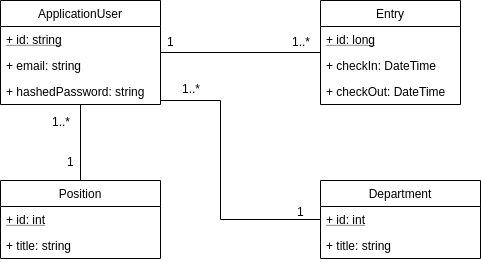
Before: documentation/images/Fachklassendiagramm.png, a diagram exported from draw.io (DamienFlury/punchclock). Source tidied: cells renumbered, new cells last; positions are measured from the earlier drawing's top-left corner, leaving out a move shared by most shapes.
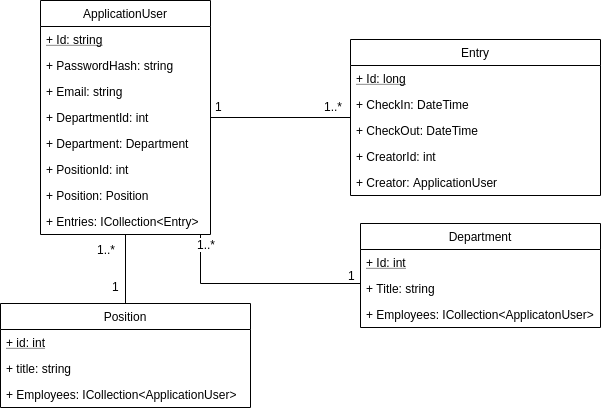
Later version of the same file.

The edit, as a diff of the source:
```diff
@@ -3,16 +3,22 @@
     <mxCell id="0" />
     <mxCell id="1" parent="0" />
     <mxCell id="2" value="Entry" style="swimlane;fontStyle=0;horizontal=1;startSize=26;fillColor=none;" parent="1" vertex="1">
-      <mxGeometry x="320" width="140" height="104" as="geometry" />
+      <mxGeometry x="310" y="-44" width="250" height="156" as="geometry" />
     </mxCell>
-    <mxCell id="3" value="+ id: long" style="text;strokeColor=none;fillColor=none;align=left;verticalAlign=top;spacingLeft=4;spacingRight=4;overflow=hidden;fontStyle=4;" parent="2" vertex="1">
-      <mxGeometry y="26" width="140" height="26" as="geometry" />
+    <mxCell id="3" value="+ Id: long" style="text;strokeColor=none;fillColor=none;align=left;verticalAlign=top;spacingLeft=4;spacingRight=4;overflow=hidden;fontStyle=4;" parent="2" vertex="1">
+      <mxGeometry y="26" width="250" height="26" as="geometry" />
     </mxCell>
-    <mxCell id="4" value="+ checkIn: DateTime" style="text;strokeColor=none;fillColor=none;align=left;verticalAlign=top;spacingLeft=4;spacingRight=4;overflow=hidden;" parent="2" vertex="1">
-      <mxGeometry y="52" width="140" height="26" as="geometry" />
+    <mxCell id="4" value="+ CheckIn: DateTime" style="text;strokeColor=none;fillColor=none;align=left;verticalAlign=top;spacingLeft=4;spacingRight=4;overflow=hidden;" parent="2" vertex="1">
+      <mxGeometry y="52" width="250" height="26" as="geometry" />
     </mxCell>
+    <mxCell id="25" value="+ CheckOut: DateTime" style="text;strokeColor=none;fillColor=none;align=left;verticalAlign=top;spacingLeft=4;spacingRight=4;overflow=hidden;" parent="2" vertex="1">
+      <mxGeometry y="78" width="250" height="26" as="geometry" />
+    </mxCell>
+    <mxCell id="26" value="+ CreatorId: int" style="text;strokeColor=none;fillColor=none;align=left;verticalAlign=top;spacingLeft=4;spacingRight=4;overflow=hidden;" parent="2" vertex="1">
+      <mxGeometry y="104" width="250" height="26" as="geometry" />
+    </mxCell>
-    <mxCell id="5" value="+ checkOut: DateTime" style="text;strokeColor=none;fillColor=none;align=left;verticalAlign=top;spacingLeft=4;spacingRight=4;overflow=hidden;" parent="2" vertex="1">
-      <mxGeometry y="78" width="140" height="26" as="geometry" />
+    <mxCell id="5" value="+ Creator: ApplicationUser" style="text;strokeColor=none;fillColor=none;align=left;verticalAlign=top;spacingLeft=4;spacingRight=4;overflow=hidden;" parent="2" vertex="1">
+      <mxGeometry y="130" width="250" height="26" as="geometry" />
     </mxCell>
     <mxCell id="6" style="edgeStyle=none;rounded=0;jettySize=auto;html=1;endArrow=none;endFill=0;" parent="1" edge="1" source="15" target="2">
       <mxGeometry relative="1" as="geometry" />
@@ -27,7 +33,7 @@
         <mxPoint x="-7" y="-14" as="offset" />
       </mxGeometry>
     </mxCell>
-    <mxCell id="9" style="edgeStyle=none;rounded=0;jettySize=auto;html=1;endArrow=none;endFill=0;" parent="1" edge="1" source="15" target="19">
+    <mxCell id="9" style="edgeStyle=orthogonalEdgeStyle;rounded=0;jettySize=auto;html=1;endArrow=none;endFill=0;" parent="1" edge="1" source="15" target="19">
       <mxGeometry relative="1" as="geometry" />
     </mxCell>
     <mxCell id="10" value="1..*" style="text;html=1;align=center;verticalAlign=middle;labelBackgroundColor=#ffffff;" parent="9" vertex="1">
@@ -43,8 +49,7 @@
     <mxCell id="12" style="edgeStyle=orthogonalEdgeStyle;rounded=0;jettySize=auto;html=1;endArrow=none;endFill=0;" parent="1" edge="1" source="15" target="22">
       <mxGeometry relative="1" as="geometry">
         <Array as="points">
-          <mxPoint x="220" y="100" />
-          <mxPoint x="220" y="219" />
+          <mxPoint x="160" y="200" />
         </Array>
       </mxGeometry>
     </mxCell>
@@ -59,34 +64,55 @@
       </mxGeometry>
     </mxCell>
     <mxCell id="15" value="ApplicationUser" style="swimlane;fontStyle=0;horizontal=1;startSize=26;fillColor=none;" parent="1" vertex="1">
-      <mxGeometry width="160" height="104" as="geometry" />
+      <mxGeometry y="-83" width="170" height="234" as="geometry" />
     </mxCell>
-    <mxCell id="16" value="+ id: string" style="text;strokeColor=none;fillColor=none;align=left;verticalAlign=top;spacingLeft=4;spacingRight=4;overflow=hidden;fontStyle=4;" parent="15" vertex="1">
-      <mxGeometry y="26" width="160" height="26" as="geometry" />
+    <mxCell id="16" value="+ Id: string" style="text;strokeColor=none;fillColor=none;align=left;verticalAlign=top;spacingLeft=4;spacingRight=4;overflow=hidden;fontStyle=4;" parent="15" vertex="1">
+      <mxGeometry y="26" width="170" height="26" as="geometry" />
     </mxCell>
+    <mxCell id="27" value="+ PasswordHash: string" style="text;strokeColor=none;fillColor=none;align=left;verticalAlign=top;spacingLeft=4;spacingRight=4;overflow=hidden;" parent="15" vertex="1">
+      <mxGeometry y="52" width="170" height="26" as="geometry" />
+    </mxCell>
-    <mxCell id="17" value="+ email: string" style="text;strokeColor=none;fillColor=none;align=left;verticalAlign=top;spacingLeft=4;spacingRight=4;overflow=hidden;" parent="15" vertex="1">
-      <mxGeometry y="52" width="160" height="26" as="geometry" />
+    <mxCell id="17" value="+ Email: string" style="text;strokeColor=none;fillColor=none;align=left;verticalAlign=top;spacingLeft=4;spacingRight=4;overflow=hidden;" parent="15" vertex="1">
+      <mxGeometry y="78" width="170" height="26" as="geometry" />
     </mxCell>
+    <mxCell id="28" value="+ DepartmentId: int" style="text;strokeColor=none;fillColor=none;align=left;verticalAlign=top;spacingLeft=4;spacingRight=4;overflow=hidden;" parent="15" vertex="1">
+      <mxGeometry y="104" width="170" height="26" as="geometry" />
+    </mxCell>
+    <mxCell id="29" value="+ Department: Department" style="text;strokeColor=none;fillColor=none;align=left;verticalAlign=top;spacingLeft=4;spacingRight=4;overflow=hidden;" parent="15" vertex="1">
+      <mxGeometry y="130" width="170" height="26" as="geometry" />
+    </mxCell>
+    <mxCell id="30" value="+ PositionId: int" style="text;strokeColor=none;fillColor=none;align=left;verticalAlign=top;spacingLeft=4;spacingRight=4;overflow=hidden;" parent="15" vertex="1">
+      <mxGeometry y="156" width="170" height="26" as="geometry" />
+    </mxCell>
+    <mxCell id="31" value="+ Position: Position" style="text;strokeColor=none;fillColor=none;align=left;verticalAlign=top;spacingLeft=4;spacingRight=4;overflow=hidden;" parent="15" vertex="1">
+      <mxGeometry y="182" width="170" height="26" as="geometry" />
+    </mxCell>
-    <mxCell id="18" value="+ hashedPassword: string" style="text;strokeColor=none;fillColor=none;align=left;verticalAlign=top;spacingLeft=4;spacingRight=4;overflow=hidden;" parent="15" vertex="1">
-      <mxGeometry y="78" width="160" height="26" as="geometry" />
+    <mxCell id="18" value="+ Entries: ICollection&lt;Entry&gt;" style="text;strokeColor=none;fillColor=none;align=left;verticalAlign=top;spacingLeft=4;spacingRight=4;overflow=hidden;" parent="15" vertex="1">
+      <mxGeometry y="208" width="170" height="26" as="geometry" />
     </mxCell>
     <mxCell id="19" value="Position" style="swimlane;fontStyle=0;horizontal=1;startSize=26;fillColor=none;" parent="1" vertex="1">
-      <mxGeometry y="180" width="160" height="78" as="geometry" />
+      <mxGeometry x="-40" y="220" width="250" height="104" as="geometry" />
     </mxCell>
     <mxCell id="20" value="+ id: int" style="text;strokeColor=none;fillColor=none;align=left;verticalAlign=top;spacingLeft=4;spacingRight=4;overflow=hidden;fontStyle=4;" parent="19" vertex="1">
-      <mxGeometry y="26" width="160" height="26" as="geometry" />
+      <mxGeometry y="26" width="250" height="26" as="geometry" />
     </mxCell>
     <mxCell id="21" value="+ title: string" style="text;strokeColor=none;fillColor=none;align=left;verticalAlign=top;spacingLeft=4;spacingRight=4;overflow=hidden;" parent="19" vertex="1">
-      <mxGeometry y="52" width="160" height="26" as="geometry" />
+      <mxGeometry y="52" width="250" height="26" as="geometry" />
     </mxCell>
+    <mxCell id="32" value="+ Employees: ICollection&lt;ApplicationUser&gt;" style="text;strokeColor=none;fillColor=none;align=left;verticalAlign=top;spacingLeft=4;spacingRight=4;overflow=hidden;" parent="19" vertex="1">
+      <mxGeometry y="78" width="250" height="26" as="geometry" />
+    </mxCell>
     <mxCell id="22" value="Department" style="swimlane;fontStyle=0;horizontal=1;startSize=26;fillColor=none;" parent="1" vertex="1">
-      <mxGeometry x="320" y="180" width="160" height="78" as="geometry" />
+      <mxGeometry x="320" y="140" width="240" height="104" as="geometry" />
     </mxCell>
-    <mxCell id="23" value="+ id: int" style="text;strokeColor=none;fillColor=none;align=left;verticalAlign=top;spacingLeft=4;spacingRight=4;overflow=hidden;fontStyle=4;" parent="22" vertex="1">
-      <mxGeometry y="26" width="160" height="26" as="geometry" />
+    <mxCell id="23" value="+ Id: int" style="text;strokeColor=none;fillColor=none;align=left;verticalAlign=top;spacingLeft=4;spacingRight=4;overflow=hidden;fontStyle=4;" parent="22" vertex="1">
+      <mxGeometry y="26" width="240" height="26" as="geometry" />
     </mxCell>
-    <mxCell id="24" value="+ title: string" style="text;strokeColor=none;fillColor=none;align=left;verticalAlign=top;spacingLeft=4;spacingRight=4;overflow=hidden;" parent="22" vertex="1">
-      <mxGeometry y="52" width="160" height="26" as="geometry" />
+    <mxCell id="24" value="+ Title: string" style="text;strokeColor=none;fillColor=none;align=left;verticalAlign=top;spacingLeft=4;spacingRight=4;overflow=hidden;" parent="22" vertex="1">
+      <mxGeometry y="52" width="240" height="26" as="geometry" />
     </mxCell>
+    <mxCell id="33" value="+ Employees: ICollection&lt;ApplicatonUser&gt;" style="text;strokeColor=none;fillColor=none;align=left;verticalAlign=top;spacingLeft=4;spacingRight=4;overflow=hidden;" parent="22" vertex="1">
+      <mxGeometry y="78" width="240" height="26" as="geometry" />
+    </mxCell>
   </root>
 </mxGraphModel>
```
